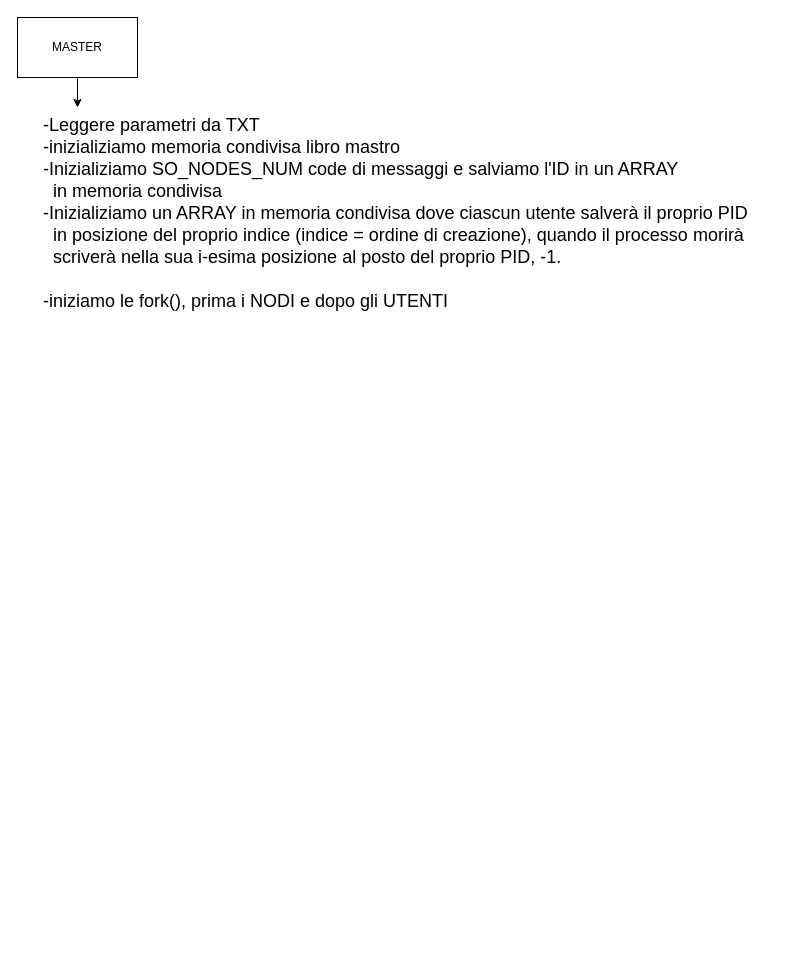
This is dev/Untitled Diagram.drawio from ctrlVnt/Processchain, a draw.io file, before an edit. Source tidied: cells renumbered, new cells numbered last; positions are measured from the earlier drawing's top-left corner, leaving out a move shared by most shapes. Both pictures are drawn from the tidied source at 100%, with x=0, y=0 at pixel (17, 17).
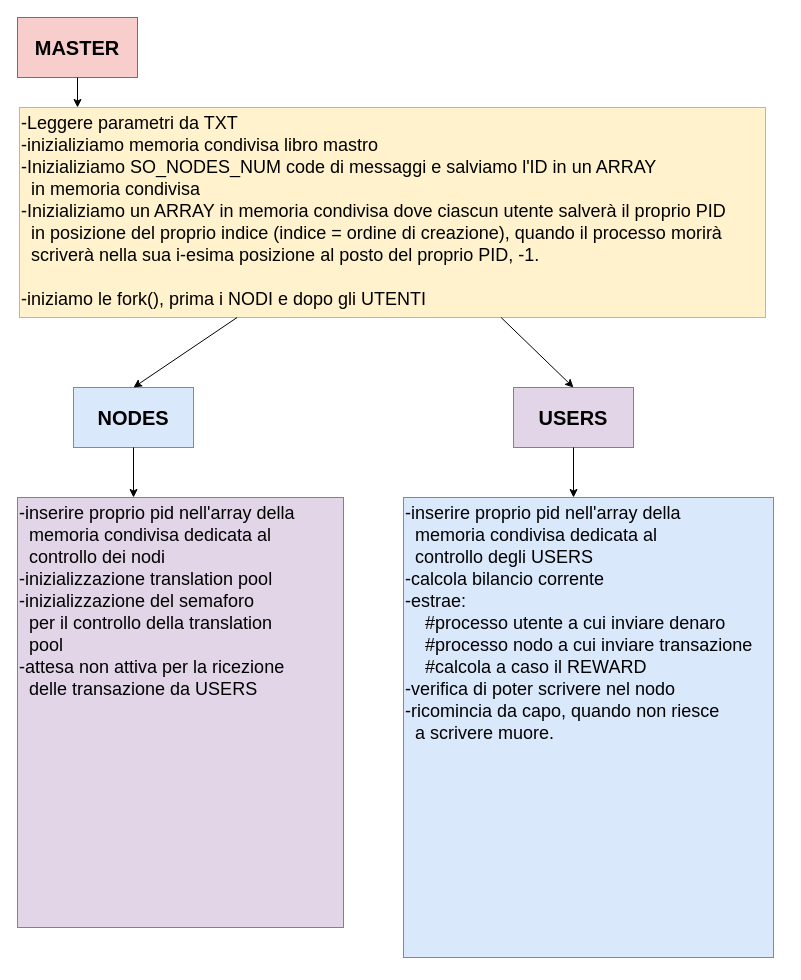
The same diagram, later.

Commit message:
Per testare la piattaforma ho aggiunto dei punti, da specificare passaggi

Change to the diagram source:
```diff
@@
 <mxGraphModel>
   <root>
     <mxCell id="0" />
     <mxCell id="1" parent="0" />
-    <mxCell id="2" value="&lt;div&gt;MASTER&lt;/div&gt;" style="rounded=0;whiteSpace=wrap;html=1;" parent="1" vertex="1">
+    <mxCell id="2" value="&lt;div style=&quot;font-size: 20px;&quot;&gt;MASTER&lt;/div&gt;" style="rounded=0;whiteSpace=wrap;html=1;fillColor=#f8cecc;strokeColor=#b85450;fontStyle=1;fontSize=20;" parent="1" vertex="1">
       <mxGeometry width="120" height="60" as="geometry" />
     </mxCell>
     <mxCell id="3" style="endArrow=classic;html=1;rounded=0;exitX=0.5;exitY=1;exitDx=0;exitDy=0;" parent="1" edge="1" source="2">
       <mxGeometry relative="1" as="geometry">
         <mxPoint x="60" y="90" as="targetPoint" />
       </mxGeometry>
     </mxCell>
-    <mxCell id="4" value="-Leggere parametri da TXT&#10;-inizializiamo memoria condivisa libro mastro&#10;-Inizializiamo SO_NODES_NUM code di messaggi e salviamo l'ID in un ARRAY &#10;  in memoria condivisa&#10;-Inizializiamo un ARRAY in memoria condivisa dove ciascun utente salverà il proprio PID&#10;  in posizione del proprio indice (indice = ordine di creazione), quando il processo morirà&#10;  scriverà nella sua i-esima posizione al posto del proprio PID, -1.&#10;&#10;-iniziamo le fork(), prima i NODI e dopo gli UTENTI&#10;" style="text;strokeColor=none;fillColor=none;align=left;verticalAlign=top;spacingLeft=4;spacingRight=4;overflow=hidden;points=[[0,0.5],[1,0.5]];portConstraint=eastwest;fontSize=18;" parent="1" vertex="1">
-      <mxGeometry x="20" y="90" width="746" height="560" as="geometry" />
+    <mxCell id="4" value="-Leggere parametri da TXT&#10;-inizializiamo memoria condivisa libro mastro&#10;-Inizializiamo SO_NODES_NUM code di messaggi e salviamo l'ID in un ARRAY &#10;  in memoria condivisa&#10;-Inizializiamo un ARRAY in memoria condivisa dove ciascun utente salverà il proprio PID&#10;  in posizione del proprio indice (indice = ordine di creazione), quando il processo morirà&#10;  scriverà nella sua i-esima posizione al posto del proprio PID, -1.&#10;&#10;-iniziamo le fork(), prima i NODI e dopo gli UTENTI&#10;" style="text;strokeColor=#d6b656;fillColor=#fff2cc;align=left;verticalAlign=top;spacingLeft=2;spacingRight=0;overflow=hidden;points=[[0,0.5],[1,0.5]];portConstraint=eastwest;fontSize=18;labelBackgroundColor=none;spacingTop=0;spacing=0;" parent="1" vertex="1">
+      <mxGeometry x="2" y="90" width="746" height="210" as="geometry" />
     </mxCell>
+    <mxCell id="5" value="NODES" style="rounded=0;whiteSpace=wrap;html=1;fillColor=#dae8fc;strokeColor=#6c8ebf;fontStyle=1;fontSize=20;" parent="1" vertex="1">
+      <mxGeometry x="56" y="370" width="120" height="60" as="geometry" />
+    </mxCell>
+    <mxCell id="6" style="endArrow=classic;html=1;rounded=0;exitX=0.5;exitY=1;exitDx=0;exitDy=0;" parent="1" edge="1" source="5">
+      <mxGeometry relative="1" as="geometry">
+        <mxPoint x="116" y="480" as="targetPoint" />
+      </mxGeometry>
+    </mxCell>
+    <mxCell id="7" value="USERS" style="rounded=0;whiteSpace=wrap;html=1;fillColor=#e1d5e7;strokeColor=#9673a6;fontStyle=1;fontSize=20;" parent="1" vertex="1">
+      <mxGeometry x="496" y="370" width="120" height="60" as="geometry" />
+    </mxCell>
+    <mxCell id="8" style="endArrow=classic;html=1;rounded=0;exitX=0.5;exitY=1;exitDx=0;exitDy=0;" parent="1" edge="1" source="7">
+      <mxGeometry relative="1" as="geometry">
+        <mxPoint x="556" y="480" as="targetPoint" />
+      </mxGeometry>
+    </mxCell>
+    <mxCell id="9" style="endArrow=classic;html=1;rounded=0;fontSize=20;entryX=0.5;entryY=0;entryDx=0;entryDy=0;" parent="1" edge="1" source="4" target="7">
+      <mxGeometry relative="1" as="geometry" />
+    </mxCell>
+    <mxCell id="10" style="endArrow=classic;html=1;rounded=0;fontSize=20;entryX=0.5;entryY=0;entryDx=0;entryDy=0;" parent="1" edge="1" source="4" target="5">
+      <mxGeometry relative="1" as="geometry" />
+    </mxCell>
+    <mxCell id="11" value="-inserire proprio pid nell'array della&#10;  memoria condivisa dedicata al&#10;  controllo dei nodi&#10;-inizializzazione translation pool&#10;-inizializzazione del semaforo&#10;  per il controllo della translation&#10;  pool&#10;-attesa non attiva per la ricezione&#10;  delle transazione da USERS&#10;" style="text;strokeColor=#9673a6;fillColor=#e1d5e7;align=left;verticalAlign=top;spacingLeft=2;spacingRight=0;overflow=hidden;fontSize=18;labelBackgroundColor=none;spacingTop=0;spacing=0;" parent="1" vertex="1">
+      <mxGeometry y="480" width="326" height="430" as="geometry" />
+    </mxCell>
+    <mxCell id="12" value="-inserire proprio pid nell'array della&#10;  memoria condivisa dedicata al&#10;  controllo degli USERS&#10;-calcola bilancio corrente&#10;-estrae:&#10;    #processo utente a cui inviare denaro&#10;    #processo nodo a cui inviare transazione&#10;    #calcola a caso il REWARD&#10;-verifica di poter scrivere nel nodo&#10;-ricomincia da capo, quando non riesce&#10;  a scrivere muore.&#10;&#10;" style="text;strokeColor=#6c8ebf;fillColor=#dae8fc;align=left;verticalAlign=top;spacingLeft=2;spacingRight=0;overflow=hidden;fontSize=18;labelBackgroundColor=none;spacingTop=0;spacing=0;" parent="1" vertex="1">
+      <mxGeometry x="386" y="480" width="370" height="460" as="geometry" />
+    </mxCell>
   </root>
 </mxGraphModel>
```
